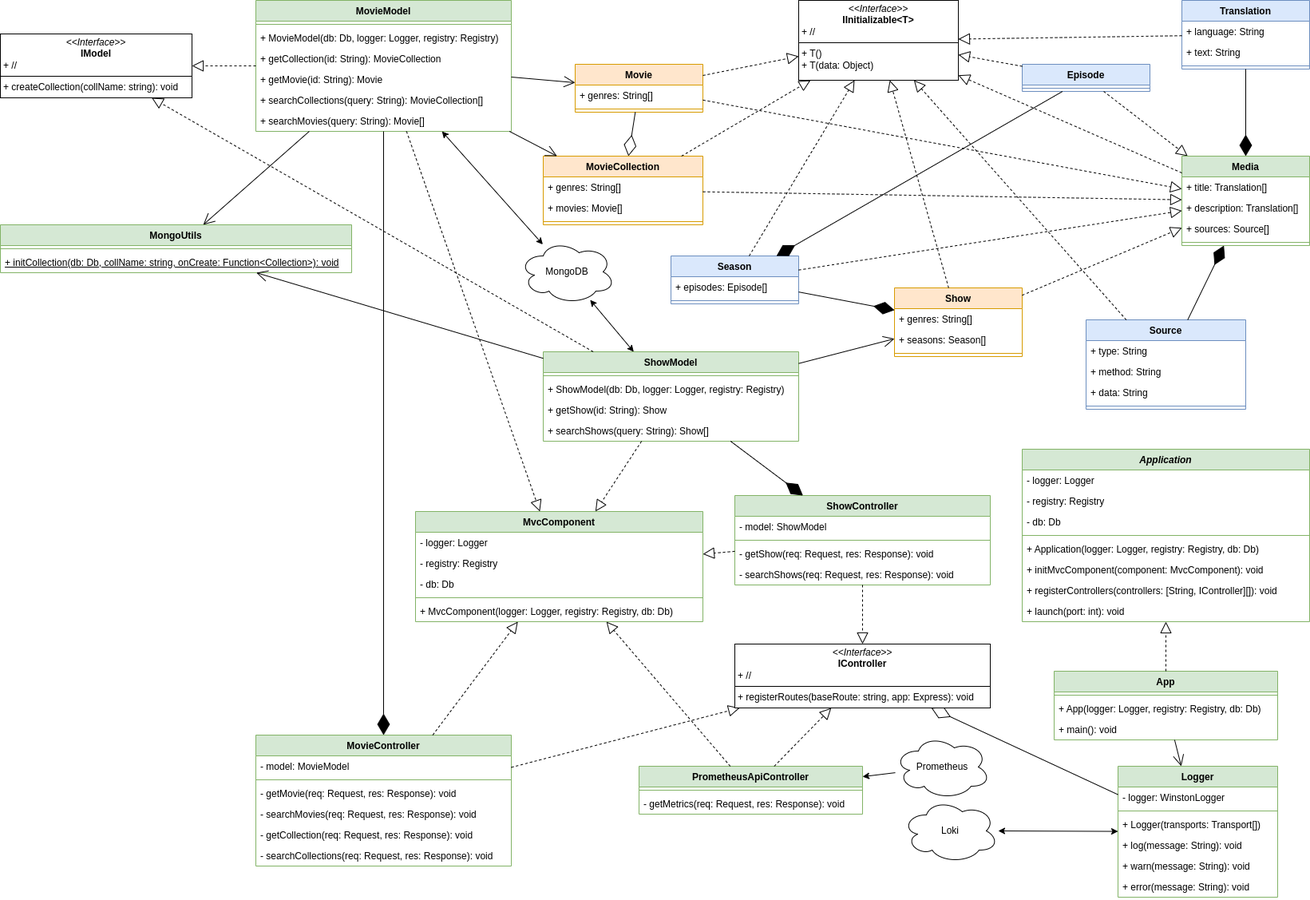
TimKral5/mediadb keeps this draw.io diagram as docs/img/mdb-classes.png. Above is the earlier version. Source tidied: cells renumbered, new cells last; positions are measured from the earlier drawing's top-left corner, leaving out a move shared by most shapes.
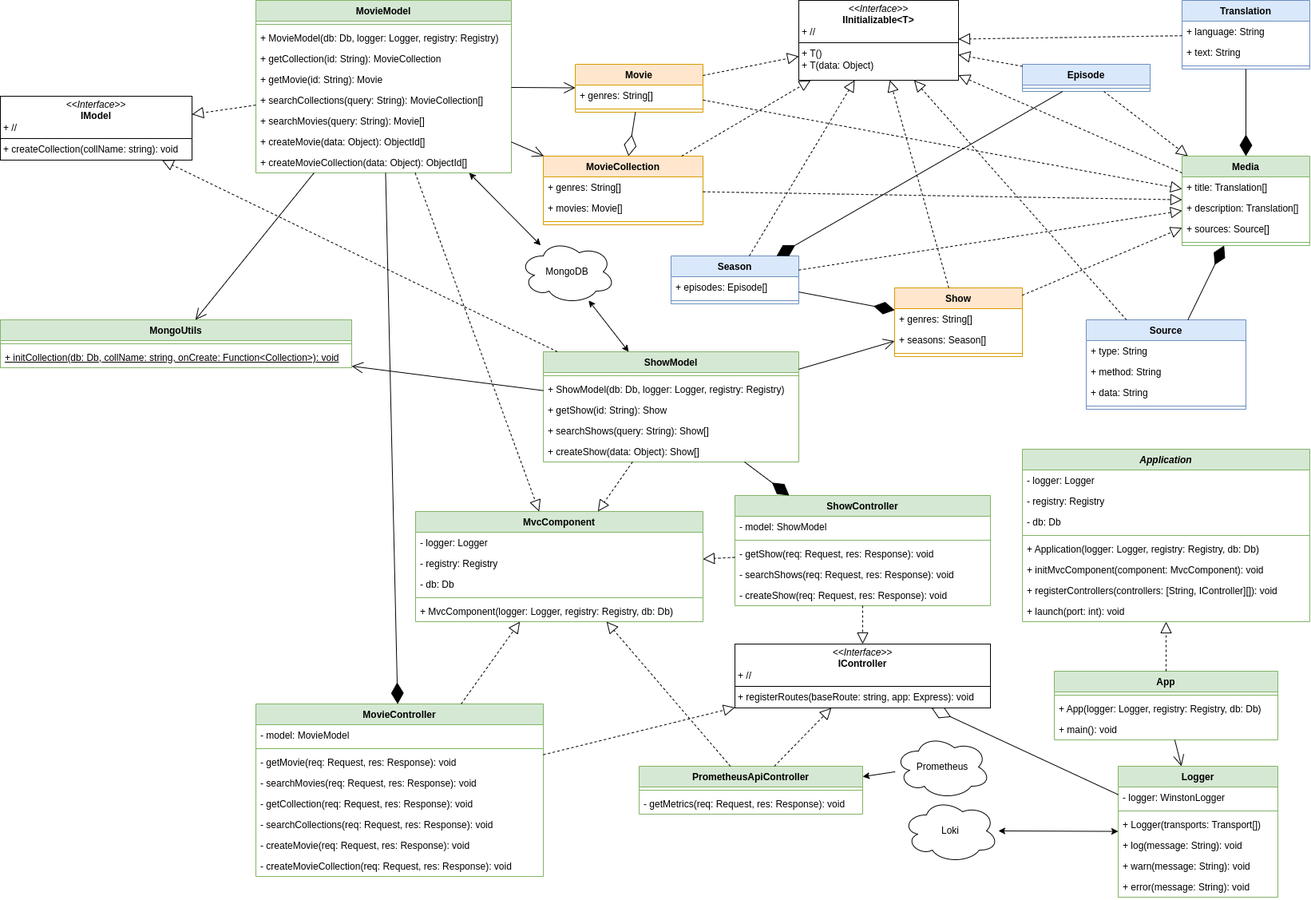
Later version of the same file.

Commit message:
update todo; update class diagram

Change to the diagram source:
```diff
@@ -108,7 +108,7 @@
       <mxGeometry x="650" y="300" width="120" height="80" as="geometry" />
     </mxCell>
     <mxCell id="37" value="MovieModel" style="swimlane;fontStyle=1;align=center;verticalAlign=top;horizontal=1;startSize=26;whiteSpace=wrap;html=1;fillColor=#d5e8d4;strokeColor=#82b366;" parent="1" vertex="1">
-      <mxGeometry x="320" width="320" height="164" as="geometry" />
+      <mxGeometry x="320" width="320" height="216" as="geometry" />
     </mxCell>
     <mxCell id="38" style="line;strokeWidth=1;fillColor=none;align=left;verticalAlign=middle;spacingTop=-1;spacingLeft=3;spacingRight=3;labelPosition=right;strokeColor=inherit;" parent="37" vertex="1">
       <mxGeometry y="26" width="320" height="8" as="geometry" />
@@ -128,11 +128,17 @@
     <mxCell id="43" value="+ searchMovies(query: String): Movie[]" style="text;strokeColor=none;fillColor=none;align=left;verticalAlign=top;spacingLeft=4;spacingRight=4;overflow=hidden;whiteSpace=wrap;html=1;" parent="37" vertex="1">
       <mxGeometry y="138" width="320" height="26" as="geometry" />
     </mxCell>
+    <mxCell id="136" value="+ createMovie(data: Object): ObjectId[]" style="text;strokeColor=none;fillColor=none;align=left;verticalAlign=top;spacingLeft=4;spacingRight=4;overflow=hidden;whiteSpace=wrap;html=1;" parent="37" vertex="1">
+      <mxGeometry y="164" width="320" height="26" as="geometry" />
+    </mxCell>
+    <mxCell id="137" value="+ createMovieCollection(data: Object): ObjectId[]" style="text;strokeColor=none;fillColor=none;align=left;verticalAlign=top;spacingLeft=4;spacingRight=4;overflow=hidden;whiteSpace=wrap;html=1;" parent="37" vertex="1">
+      <mxGeometry y="190" width="320" height="26" as="geometry" />
+    </mxCell>
     <mxCell id="44" style="endArrow=classic;startArrow=classic;html=1;rounded=0;" parent="1" edge="1" source="36" target="37">
       <mxGeometry relative="1" as="geometry" />
     </mxCell>
     <mxCell id="45" value="ShowModel" style="swimlane;fontStyle=1;align=center;verticalAlign=top;horizontal=1;startSize=26;whiteSpace=wrap;html=1;fillColor=#d5e8d4;strokeColor=#82b366;" parent="1" vertex="1">
-      <mxGeometry x="680" y="440" width="320" height="112" as="geometry" />
+      <mxGeometry x="680" y="440" width="320" height="138" as="geometry" />
     </mxCell>
     <mxCell id="46" style="line;strokeWidth=1;fillColor=none;align=left;verticalAlign=middle;spacingTop=-1;spacingLeft=3;spacingRight=3;labelPosition=right;strokeColor=inherit;" parent="45" vertex="1">
       <mxGeometry y="26" width="320" height="8" as="geometry" />
@@ -143,8 +149,11 @@
     <mxCell id="48" value="+ getShow(id: String): Show" style="text;strokeColor=none;fillColor=none;align=left;verticalAlign=top;spacingLeft=4;spacingRight=4;overflow=hidden;whiteSpace=wrap;html=1;" parent="45" vertex="1">
       <mxGeometry y="60" width="320" height="26" as="geometry" />
     </mxCell>
+    <mxCell id="138" value="+ searchShows(query: String): Show[]" style="text;strokeColor=none;fillColor=none;align=left;verticalAlign=top;spacingLeft=4;spacingRight=4;overflow=hidden;whiteSpace=wrap;html=1;" parent="45" vertex="1">
+      <mxGeometry y="86" width="320" height="26" as="geometry" />
+    </mxCell>
-    <mxCell id="49" value="+ searchShows(query: String): Show[]" style="text;strokeColor=none;fillColor=none;align=left;verticalAlign=top;spacingLeft=4;spacingRight=4;overflow=hidden;whiteSpace=wrap;html=1;" parent="45" vertex="1">
-      <mxGeometry y="86" width="320" height="26" as="geometry" />
+    <mxCell id="49" value="+ createShow(data: Object): Show[]" style="text;strokeColor=none;fillColor=none;align=left;verticalAlign=top;spacingLeft=4;spacingRight=4;overflow=hidden;whiteSpace=wrap;html=1;" parent="45" vertex="1">
+      <mxGeometry y="112" width="320" height="26" as="geometry" />
     </mxCell>
     <mxCell id="50" style="endArrow=open;endFill=1;endSize=12;html=1;rounded=0;" parent="1" edge="1" source="45" target="9">
       <mxGeometry relative="1" as="geometry" />
@@ -162,7 +171,7 @@
       <mxGeometry relative="1" as="geometry" />
     </mxCell>
     <mxCell id="55" value="ShowController" style="swimlane;fontStyle=1;align=center;verticalAlign=top;horizontal=1;startSize=26;whiteSpace=wrap;html=1;fillColor=#d5e8d4;strokeColor=#82b366;" parent="1" vertex="1">
-      <mxGeometry x="920" y="620" width="320" height="112" as="geometry" />
+      <mxGeometry x="920" y="620" width="320" height="138" as="geometry" />
     </mxCell>
     <mxCell id="56" value="- model: ShowModel" style="text;strokeColor=none;fillColor=none;align=left;verticalAlign=top;spacingLeft=4;spacingRight=4;overflow=hidden;whiteSpace=wrap;html=1;" parent="55" vertex="1">
       <mxGeometry y="26" width="320" height="26" as="geometry" />
@@ -173,30 +182,39 @@
     <mxCell id="58" value="- getShow(req: Request, res: Response): void" style="text;strokeColor=none;fillColor=none;align=left;verticalAlign=top;spacingLeft=4;spacingRight=4;overflow=hidden;whiteSpace=wrap;html=1;" parent="55" vertex="1">
       <mxGeometry y="60" width="320" height="26" as="geometry" />
     </mxCell>
+    <mxCell id="139" value="- searchShows(req: Request, res: Response): void" style="text;strokeColor=none;fillColor=none;align=left;verticalAlign=top;spacingLeft=4;spacingRight=4;overflow=hidden;whiteSpace=wrap;html=1;" parent="55" vertex="1">
+      <mxGeometry y="86" width="320" height="26" as="geometry" />
+    </mxCell>
-    <mxCell id="59" value="- searchShows(req: Request, res: Response): void" style="text;strokeColor=none;fillColor=none;align=left;verticalAlign=top;spacingLeft=4;spacingRight=4;overflow=hidden;whiteSpace=wrap;html=1;" parent="55" vertex="1">
-      <mxGeometry y="86" width="320" height="26" as="geometry" />
+    <mxCell id="59" value="- createShow(req: Request, res: Response): void" style="text;strokeColor=none;fillColor=none;align=left;verticalAlign=top;spacingLeft=4;spacingRight=4;overflow=hidden;whiteSpace=wrap;html=1;" parent="55" vertex="1">
+      <mxGeometry y="112" width="320" height="26" as="geometry" />
     </mxCell>
     <mxCell id="60" value="MovieController" style="swimlane;fontStyle=1;align=center;verticalAlign=top;horizontal=1;startSize=26;whiteSpace=wrap;html=1;fillColor=#d5e8d4;strokeColor=#82b366;" parent="1" vertex="1">
-      <mxGeometry x="320" y="920" width="320" height="164" as="geometry" />
+      <mxGeometry x="320" y="881" width="360" height="216" as="geometry" />
     </mxCell>
     <mxCell id="61" value="- model: MovieModel" style="text;strokeColor=none;fillColor=none;align=left;verticalAlign=top;spacingLeft=4;spacingRight=4;overflow=hidden;whiteSpace=wrap;html=1;" parent="60" vertex="1">
-      <mxGeometry y="26" width="320" height="26" as="geometry" />
+      <mxGeometry y="26" width="360" height="26" as="geometry" />
     </mxCell>
     <mxCell id="62" style="line;strokeWidth=1;fillColor=none;align=left;verticalAlign=middle;spacingTop=-1;spacingLeft=3;spacingRight=3;labelPosition=right;strokeColor=inherit;" parent="60" vertex="1">
-      <mxGeometry y="52" width="320" height="8" as="geometry" />
+      <mxGeometry y="52" width="360" height="8" as="geometry" />
     </mxCell>
     <mxCell id="63" value="- getMovie(req: Request, res: Response): void" style="text;strokeColor=none;fillColor=none;align=left;verticalAlign=top;spacingLeft=4;spacingRight=4;overflow=hidden;whiteSpace=wrap;html=1;" parent="60" vertex="1">
-      <mxGeometry y="60" width="320" height="26" as="geometry" />
+      <mxGeometry y="60" width="360" height="26" as="geometry" />
     </mxCell>
     <mxCell id="64" value="- searchMovies(req: Request, res: Response): void" style="text;strokeColor=none;fillColor=none;align=left;verticalAlign=top;spacingLeft=4;spacingRight=4;overflow=hidden;whiteSpace=wrap;html=1;" parent="60" vertex="1">
-      <mxGeometry y="86" width="320" height="26" as="geometry" />
+      <mxGeometry y="86" width="360" height="26" as="geometry" />
     </mxCell>
     <mxCell id="65" value="- getCollection(req: Request, res: Response): void" style="text;strokeColor=none;fillColor=none;align=left;verticalAlign=top;spacingLeft=4;spacingRight=4;overflow=hidden;whiteSpace=wrap;html=1;" parent="60" vertex="1">
-      <mxGeometry y="112" width="320" height="26" as="geometry" />
+      <mxGeometry y="112" width="360" height="26" as="geometry" />
     </mxCell>
+    <mxCell id="140" value="- searchCollections(req: Request, res: Response): void" style="text;strokeColor=none;fillColor=none;align=left;verticalAlign=top;spacingLeft=4;spacingRight=4;overflow=hidden;whiteSpace=wrap;html=1;" parent="60" vertex="1">
+      <mxGeometry y="138" width="360" height="26" as="geometry" />
+    </mxCell>
-    <mxCell id="66" value="- searchCollections(req: Request, res: Response): void" style="text;strokeColor=none;fillColor=none;align=left;verticalAlign=top;spacingLeft=4;spacingRight=4;overflow=hidden;whiteSpace=wrap;html=1;" parent="60" vertex="1">
-      <mxGeometry y="138" width="320" height="26" as="geometry" />
+    <mxCell id="66" value="- createMovie(req: Request, res: Response): void" style="text;strokeColor=none;fillColor=none;align=left;verticalAlign=top;spacingLeft=4;spacingRight=4;overflow=hidden;whiteSpace=wrap;html=1;" parent="60" vertex="1">
+      <mxGeometry y="164" width="360" height="26" as="geometry" />
     </mxCell>
+    <mxCell id="141" value="- createMovieCollection(req: Request, res: Response): void" style="text;strokeColor=none;fillColor=none;align=left;verticalAlign=top;spacingLeft=4;spacingRight=4;overflow=hidden;whiteSpace=wrap;html=1;" parent="60" vertex="1">
+      <mxGeometry y="190" width="360" height="26" as="geometry" />
+    </mxCell>
     <mxCell id="67" value="PrometheusApiController" style="swimlane;fontStyle=1;align=center;verticalAlign=top;horizontal=1;startSize=26;whiteSpace=wrap;html=1;fillColor=#d5e8d4;strokeColor=#82b366;" parent="1" vertex="1">
       <mxGeometry x="800" y="959" width="280" height="60" as="geometry" />
     </mxCell>
@@ -372,7 +390,7 @@
       <mxGeometry relative="1" as="geometry" />
     </mxCell>
     <mxCell id="125" value="&lt;p style=&quot;margin:0px;margin-top:4px;text-align:center;&quot;&gt;&lt;i&gt;&amp;lt;&amp;lt;Interface&amp;gt;&amp;gt;&lt;/i&gt;&lt;br&gt;&lt;b&gt;IModel&lt;/b&gt;&lt;/p&gt;&lt;p style=&quot;margin:0px;margin-left:4px;&quot;&gt;&lt;span style=&quot;background-color: transparent; color: light-dark(rgb(0, 0, 0), rgb(255, 255, 255));&quot;&gt;+ //&lt;/span&gt;&lt;/p&gt;&lt;hr size=&quot;1&quot; style=&quot;border-style:solid;&quot;&gt;&lt;p style=&quot;margin:0px;margin-left:4px;&quot;&gt;+ createCollection(collName: string): void&lt;br&gt;&lt;/p&gt;" style="verticalAlign=top;align=left;overflow=fill;html=1;whiteSpace=wrap;" parent="1" vertex="1">
-      <mxGeometry y="42" width="240" height="80" as="geometry" />
+      <mxGeometry y="120" width="240" height="80" as="geometry" />
     </mxCell>
     <mxCell id="126" style="endArrow=block;dashed=1;endFill=0;endSize=12;html=1;rounded=0;" parent="1" edge="1" source="45" target="125">
       <mxGeometry relative="1" as="geometry" />
@@ -381,7 +399,7 @@
       <mxGeometry relative="1" as="geometry" />
     </mxCell>
     <mxCell id="128" value="MongoUtils" style="swimlane;fontStyle=1;align=center;verticalAlign=top;horizontal=1;startSize=26;whiteSpace=wrap;html=1;fillColor=#d5e8d4;strokeColor=#82b366;" parent="1" vertex="1">
-      <mxGeometry y="281" width="440" height="60" as="geometry" />
+      <mxGeometry y="400" width="440" height="60" as="geometry" />
     </mxCell>
     <mxCell id="129" style="line;strokeWidth=1;fillColor=none;align=left;verticalAlign=middle;spacingTop=-1;spacingLeft=3;spacingRight=3;labelPosition=right;strokeColor=inherit;" parent="128" vertex="1">
       <mxGeometry y="26" width="440" height="8" as="geometry" />
```
